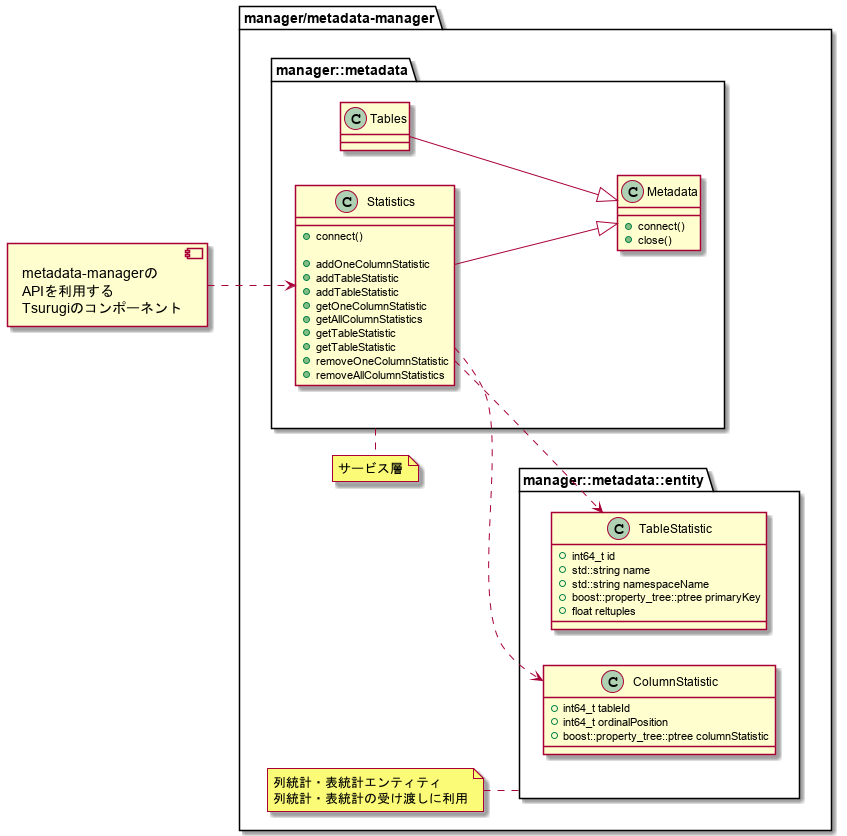
Above: metadata-manager/docs/statistic/02.FD/out/uml/ClassDiagram_detail/ClassDiagram_overview.png in project-tsurugi/metadata-manager (PlantUML), before the change.
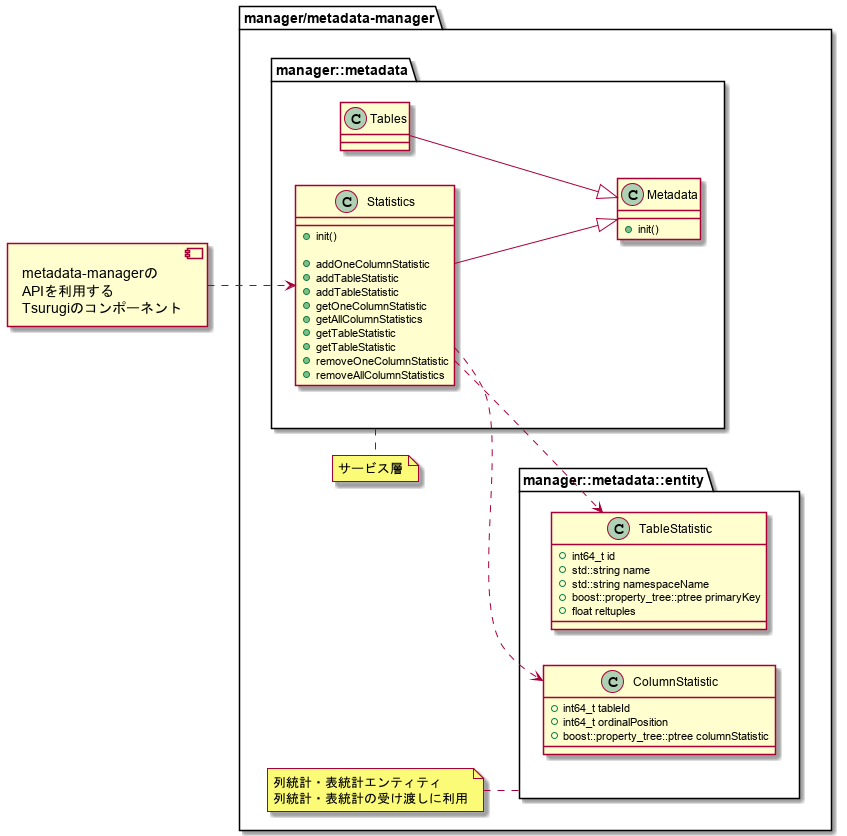
After the change.

What changed in the source:
```diff
@@ -6,12 +6,11 @@
 
   package manager::metadata as manager_metadata{
     class "Metadata" as Metadata {
-      {method}+connect()
-      {method}+close()
+      {method}+init()
     }
 
     class Statistics {
-      {method}+connect()
+      {method}+init()
       {method}
       {method}+addOneColumnStatistic
       {method}+addTableStatistic
```
